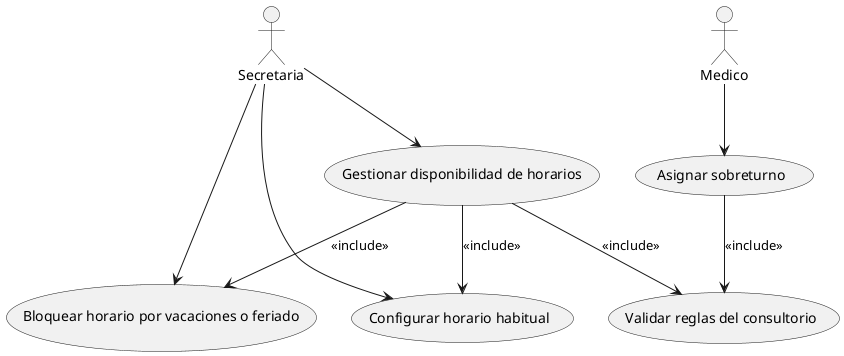
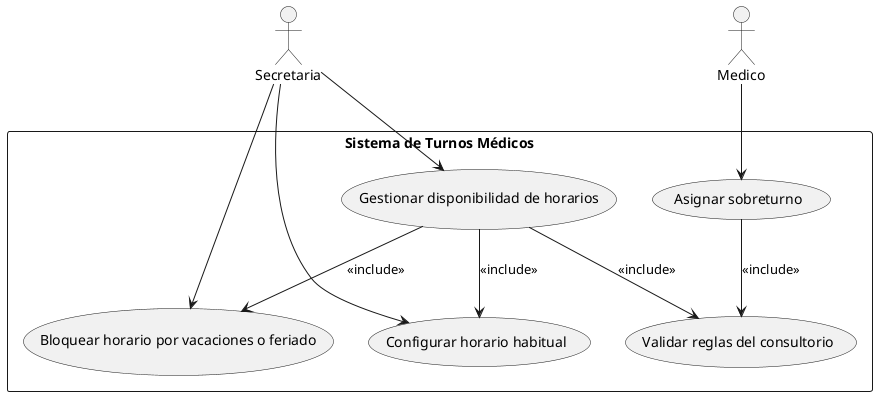
- @startuml name
+ ﻿@startuml
actor Secretaria
actor Medico

- Secretaria --> (Gestionar disponibilidad de horarios)
- Secretaria --> (Bloquear horario por vacaciones o feriado)
- Secretaria --> (Configurar horario habitual)
+ rectangle "Sistema de Turnos Médicos" {
+   usecase "Gestionar disponibilidad de horarios" as UC1
+   usecase "Bloquear horario por vacaciones o feriado" as UC2
+   usecase "Configurar horario habitual" as UC3
+   usecase "Asignar sobreturno" as UC4
+   usecase "Validar reglas del consultorio" as UC5

- Medico --> (Asignar sobreturno)
+   Secretaria --> (UC1)
+   Secretaria --> (UC2)
+   Secretaria --> (UC3)

- (Gestionar disponibilidad de horarios) --> (Bloquear horario por vacaciones o feriado) : <<include>>
- (Gestionar disponibilidad de horarios) --> (Configurar horario habitual) : <<include>>
+   Medico --> (UC4)

- (Gestionar disponibilidad de horarios) --> (Validar reglas del consultorio) : <<include>>
- (Asignar sobreturno) --> (Validar reglas del consultorio) : <<include>>
+   (UC1) --> (UC2) : <<include>>
+   (UC1) --> (UC3) : <<include>>

- @enduml+   (UC1) --> (UC5) : <<include>>
+   (UC4) --> (UC5) : <<include>>
+ }
+ @enduml
